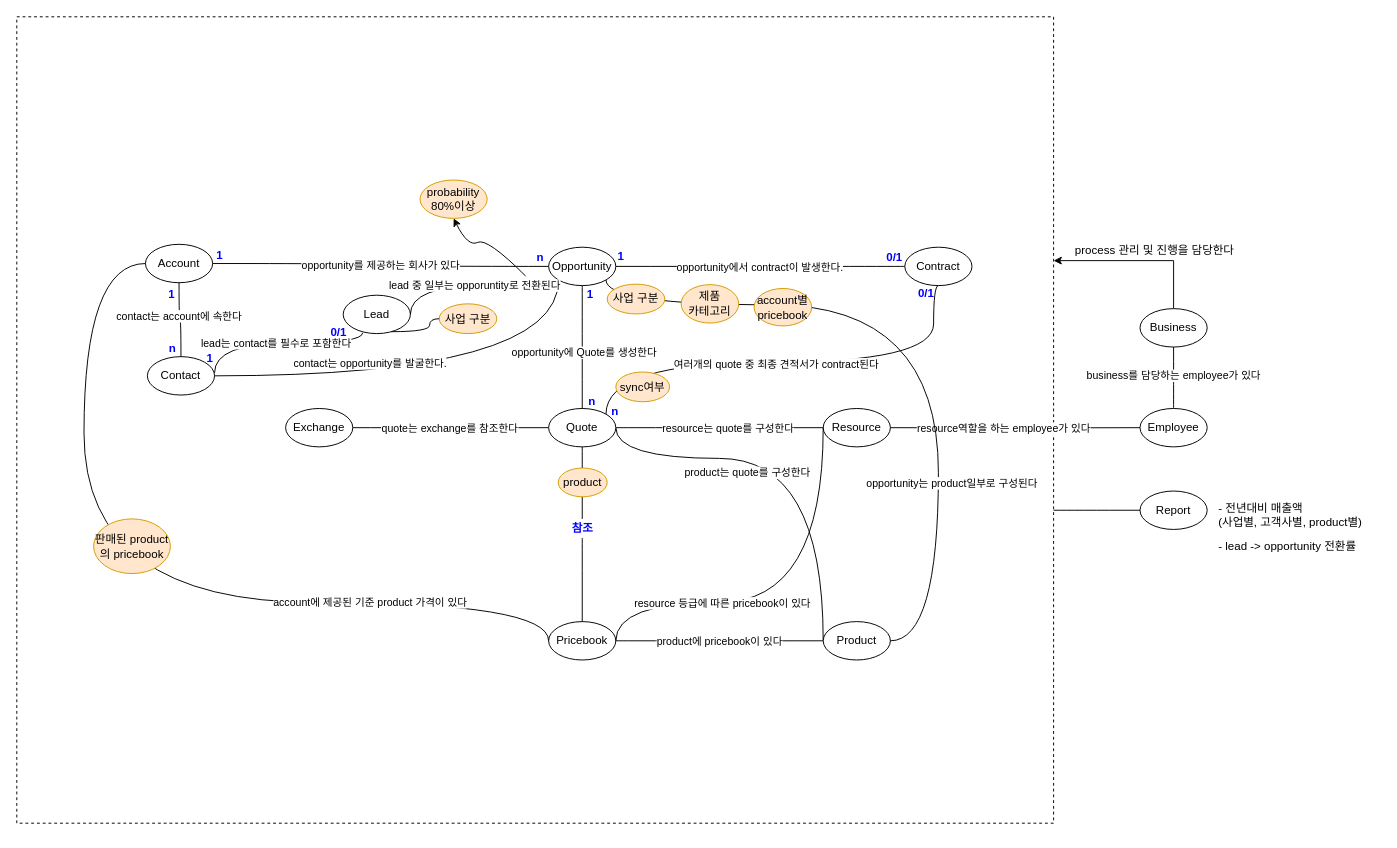
cknet-saleforce/newyork keeps this draw.io diagram as page "개념설계_수정" (2 of 3) of newyork프로젝트_개념설계.drawio. Above is the earlier version. Source tidied: cells renumbered, new cells numbered last; positions are measured from the earlier drawing's top-left corner, leaving out a move shared by most shapes. Both pictures are drawn from the tidied source at 96%, with x=0, y=0 at pixel (16, 16).
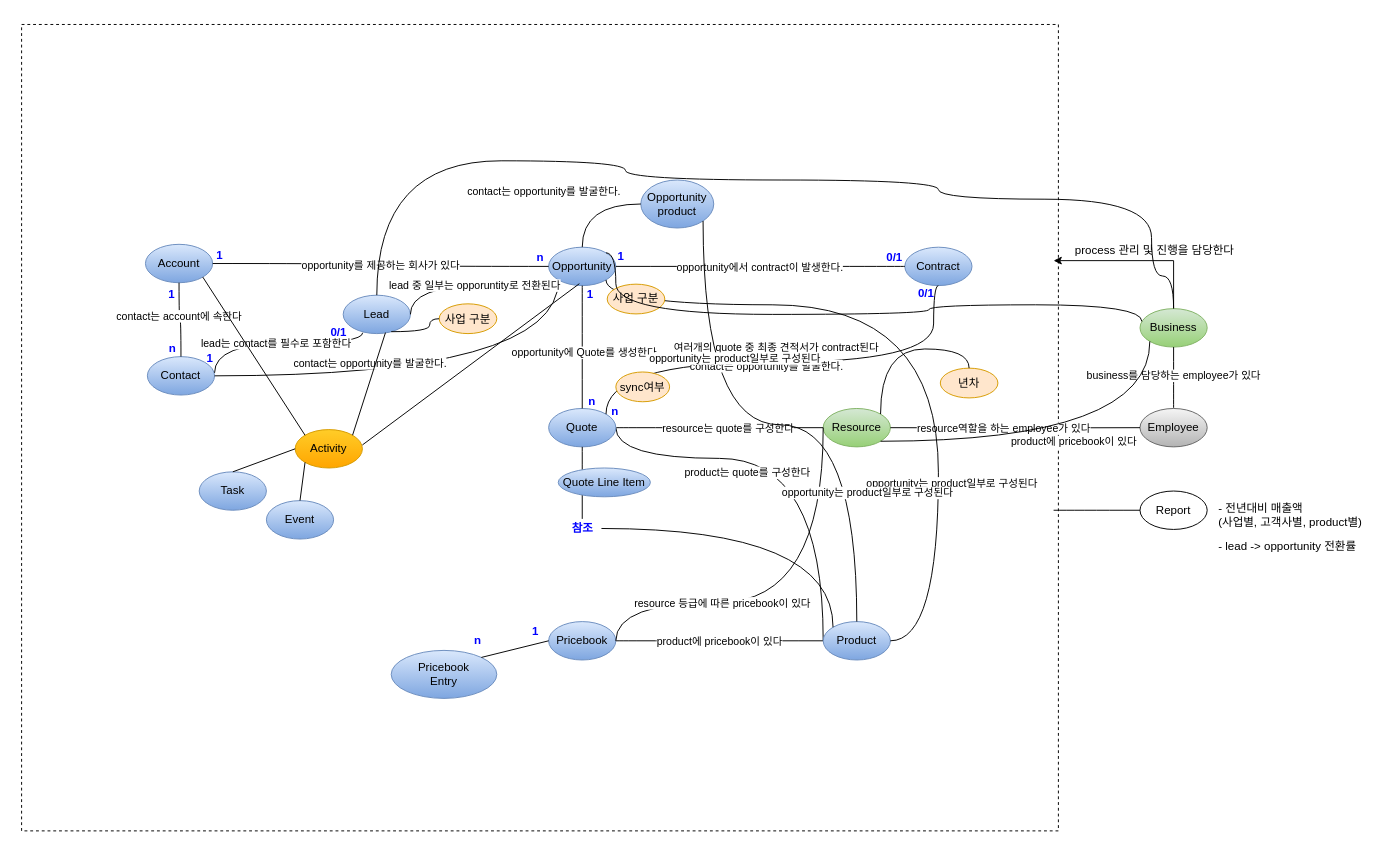
The same page after the edit.

Commit message (it also covers changes not shown here):
세부 Object 식별(Pricebook Entry등)

The change refers to these unchanged cells:
```xml
<mxCell id="37" style="edgeStyle=orthogonalEdgeStyle;jettySize=auto;html=1;strokeColor=default;curved=1;endArrow=none;endFill=0;exitX=1;exitY=0;exitDx=0;exitDy=0;entryX=0.5;entryY=1;entryDx=0;entryDy=0;" parent="1" edge="1" source="32" target="6">
  <mxGeometry relative="1" as="geometry">
    <Array as="points">
      <mxPoint x="614" y="360" />
      <mxPoint x="955" y="360" />
    </Array>
  </mxGeometry>
</mxCell>
<mxCell id="54" value="1" style="text;html=1;align=center;verticalAlign=middle;points=[];strokeColor=none;fillColor=none;fontStyle=1;fontColor=#0000FF;" parent="1" vertex="1">
  <mxGeometry x="587" y="279" width="20" height="20" as="geometry" />
</mxCell>
<mxCell id="56" value="참조" style="text;html=1;align=center;verticalAlign=middle;points=[];strokeColor=none;fillColor=none;fontStyle=1;fontColor=#0000FF;" parent="1" vertex="1">
  <mxGeometry x="569" y="523" width="40" height="20" as="geometry" />
</mxCell>
```

Diff of the diagram source:
```diff
@@
     <mxCell id="2" style="rounded=0;whiteSpace=wrap;html=1;fillColor=none;dashed=1;strokeWidth=1;" parent="1" vertex="1">
-      <mxGeometry width="1080" height="840" as="geometry" />
+      <mxGeometry x="5" y="8" width="1080" height="840" as="geometry" />
     </mxCell>
-    <mxCell id="3" value="Account" style="ellipse;whiteSpace=wrap;html=1;" parent="1" vertex="1">
+    <mxCell id="3" value="Account" style="ellipse;whiteSpace=wrap;html=1;fillColor=#dae8fc;gradientColor=#7ea6e0;strokeColor=#6c8ebf;" parent="1" vertex="1">
       <mxGeometry x="134" y="237" width="70" height="40" as="geometry" />
     </mxCell>
-    <mxCell id="4" value="Contact" style="ellipse;whiteSpace=wrap;html=1;" parent="1" vertex="1">
+    <mxCell id="4" value="Contact" style="ellipse;whiteSpace=wrap;html=1;fillColor=#dae8fc;gradientColor=#7ea6e0;strokeColor=#6c8ebf;" parent="1" vertex="1">
       <mxGeometry x="136" y="354" width="70" height="40" as="geometry" />
     </mxCell>
-    <mxCell id="5" value="Opportunity" style="ellipse;whiteSpace=wrap;html=1;" parent="1" vertex="1">
+    <mxCell id="5" value="Opportunity" style="ellipse;whiteSpace=wrap;html=1;fillColor=#dae8fc;gradientColor=#7ea6e0;strokeColor=#6c8ebf;" parent="1" vertex="1">
       <mxGeometry x="554" y="240" width="70" height="40" as="geometry" />
     </mxCell>
-    <mxCell id="6" value="Contract" style="ellipse;whiteSpace=wrap;html=1;" parent="1" vertex="1">
+    <mxCell id="6" value="Contract" style="ellipse;whiteSpace=wrap;html=1;fillColor=#dae8fc;gradientColor=#7ea6e0;strokeColor=#6c8ebf;" parent="1" vertex="1">
       <mxGeometry x="925" y="240" width="70" height="40" as="geometry" />
     </mxCell>
-    <mxCell id="7" value="Resource" style="ellipse;whiteSpace=wrap;html=1;" parent="1" vertex="1">
+    <mxCell id="7" value="Resource" style="ellipse;whiteSpace=wrap;html=1;fillColor=#d5e8d4;strokeColor=#82b366;gradientColor=#97d077;" parent="1" vertex="1">
       <mxGeometry x="840" y="408" width="70" height="40" as="geometry" />
     </mxCell>
-    <mxCell id="8" value="Pricebook" style="ellipse;whiteSpace=wrap;html=1;" parent="1" vertex="1">
+    <mxCell id="8" value="Pricebook" style="ellipse;whiteSpace=wrap;html=1;fillColor=#dae8fc;gradientColor=#7ea6e0;strokeColor=#6c8ebf;" parent="1" vertex="1">
       <mxGeometry x="554" y="630" width="70" height="40" as="geometry" />
     </mxCell>
-    <mxCell id="9" value="Exchange" style="ellipse;whiteSpace=wrap;html=1;" parent="1" vertex="1">
-      <mxGeometry x="280" y="408" width="70" height="40" as="geometry" />
-    </mxCell>
@@
-    <mxCell id="11" value="Business" style="ellipse;whiteSpace=wrap;html=1;" parent="1" vertex="1">
+    <mxCell id="11" value="Business" style="ellipse;whiteSpace=wrap;html=1;fillColor=#d5e8d4;strokeColor=#82b366;gradientColor=#97d077;" parent="1" vertex="1">
       <mxGeometry x="1170" y="304" width="70" height="40" as="geometry" />
     </mxCell>
@@
-    <mxCell id="13" value="Employee" style="ellipse;whiteSpace=wrap;html=1;" parent="1" vertex="1">
+    <mxCell id="13" value="Employee" style="ellipse;whiteSpace=wrap;html=1;fillColor=#f5f5f5;strokeColor=#666666;gradientColor=#b3b3b3;" parent="1" vertex="1">
       <mxGeometry x="1170" y="408" width="70" height="40" as="geometry" />
     </mxCell>
@@
-    <mxCell id="18" style="edgeStyle=orthogonalEdgeStyle;jettySize=auto;html=1;strokeColor=default;curved=1;endArrow=none;endFill=0;exitX=1;exitY=0.5;exitDx=0;exitDy=0;" parent="1" edge="1" source="9" target="32">
-      <mxGeometry relative="1" as="geometry">
-        <Array as="points">
-          <mxPoint x="420" y="428" />
-          <mxPoint x="420" y="428" />
-        </Array>
-      </mxGeometry>
-    </mxCell>
-    <mxCell id="19" value="quote는 exchange를 참조한다" style="edgeLabel;html=1;align=center;verticalAlign=middle;" parent="18" vertex="1">
-      <mxGeometry x="0.04" y="4" relative="1" as="geometry">
-        <mxPoint x="-6" y="4" as="offset" />
-      </mxGeometry>
-    </mxCell>
@@
-    <mxCell id="26" value="account에 제공된 기준 product 가격이 있다" style="edgeStyle=orthogonalEdgeStyle;jettySize=auto;html=1;entryX=0;entryY=0.5;entryDx=0;entryDy=0;strokeColor=default;curved=1;endArrow=none;endFill=0;exitX=0;exitY=0.5;exitDx=0;exitDy=0;" parent="1" edge="1" source="8" target="3">
-      <mxGeometry x="-0.52" relative="1" as="geometry">
-        <Array as="points">
-          <mxPoint x="554" y="610" />
-          <mxPoint x="70" y="610" />
-          <mxPoint x="70" y="257" />
-        </Array>
-      </mxGeometry>
-    </mxCell>
@@
-    <mxCell id="32" value="Quote" style="ellipse;whiteSpace=wrap;html=1;" parent="1" vertex="1">
+    <mxCell id="32" value="Quote" style="ellipse;whiteSpace=wrap;html=1;fillColor=#dae8fc;gradientColor=#7ea6e0;strokeColor=#6c8ebf;" parent="1" vertex="1">
       <mxGeometry x="554" y="408" width="70" height="40" as="geometry" />
     </mxCell>
-    <mxCell id="33" value="Product" style="ellipse;whiteSpace=wrap;html=1;" parent="1" vertex="1">
+    <mxCell id="33" value="Product" style="ellipse;whiteSpace=wrap;html=1;fillColor=#dae8fc;gradientColor=#7ea6e0;strokeColor=#6c8ebf;" parent="1" vertex="1">
       <mxGeometry x="840" y="630" width="70" height="40" as="geometry" />
     </mxCell>
@@
     <mxCell id="38" value="여러개의 quote 중 최종 견적서가 contract된다" style="edgeLabel;html=1;align=center;verticalAlign=middle;" parent="37" vertex="1">
       <mxGeometry x="-0.17" y="4" relative="1" as="geometry">
-        <mxPoint x="32" y="5" as="offset" />
+        <mxPoint x="32" y="-12" as="offset" />
       </mxGeometry>
     </mxCell>
-    <mxCell id="39" value="Lead" style="ellipse;whiteSpace=wrap;html=1;" parent="1" vertex="1">
+    <mxCell id="39" value="Lead" style="ellipse;whiteSpace=wrap;html=1;fillColor=#dae8fc;gradientColor=#7ea6e0;strokeColor=#6c8ebf;" parent="1" vertex="1">
       <mxGeometry x="340" y="290" width="70" height="40" as="geometry" />
     </mxCell>
@@
-    <mxCell id="50" value="account별pricebook" style="ellipse;whiteSpace=wrap;html=1;fillColor=#ffe6cc;strokeColor=#d79b00;" parent="1" vertex="1">
-      <mxGeometry x="768" y="283" width="60" height="39" as="geometry" />
-    </mxCell>
@@
-    <mxCell id="55" style="edgeStyle=orthogonalEdgeStyle;jettySize=auto;html=1;strokeColor=default;curved=1;endArrow=none;endFill=0;startArrow=none;" parent="1" edge="1" source="56" target="8">
+    <mxCell id="55" style="edgeStyle=orthogonalEdgeStyle;jettySize=auto;html=1;strokeColor=default;curved=1;endArrow=none;endFill=0;startArrow=none;entryX=0;entryY=0;entryDx=0;entryDy=0;" parent="1" edge="1" source="56" target="33">
       <mxGeometry relative="1" as="geometry" />
     </mxCell>
@@
-    <mxCell id="64" value="판매된 product의 pricebook" style="ellipse;whiteSpace=wrap;html=1;fillColor=#ffe6cc;strokeColor=#d79b00;" parent="1" vertex="1">
-      <mxGeometry x="80" y="523" width="80" height="57" as="geometry" />
-    </mxCell>
@@
-    <mxCell id="67" value="product" style="ellipse;whiteSpace=wrap;html=1;fillColor=#ffe6cc;strokeColor=#d79b00;" parent="1" vertex="1">
-      <mxGeometry x="564" y="470" width="51" height="30" as="geometry" />
+    <mxCell id="67" value="Quote Line Item" style="ellipse;whiteSpace=wrap;html=1;fillColor=#dae8fc;strokeColor=#6c8ebf;gradientColor=#7ea6e0;" parent="1" vertex="1">
+      <mxGeometry x="564" y="470" width="96" height="30" as="geometry" />
     </mxCell>
-    <mxCell id="68" value="probability&lt;br&gt;80%이상" style="ellipse;whiteSpace=wrap;html=1;fillColor=#ffe6cc;strokeColor=#d79b00;" parent="1" vertex="1">
-      <mxGeometry x="420" y="170" width="70" height="40" as="geometry" />
-    </mxCell>
-    <mxCell id="69" style="curved=1;endArrow=classic;html=1;rounded=0;fontColor=#0000FF;strokeColor=#000000;entryX=0.5;entryY=1;entryDx=0;entryDy=0;" parent="1" edge="1" target="68">
-      <mxGeometry relative="1" as="geometry">
-        <mxPoint x="530" y="270" as="sourcePoint" />
-        <Array as="points">
-          <mxPoint x="490" y="230" />
-          <mxPoint x="470" y="240" />
-        </Array>
-      </mxGeometry>
-    </mxCell>
-    <mxCell id="70" value="제품&lt;br&gt;카테고리" style="ellipse;whiteSpace=wrap;html=1;fillColor=#ffe6cc;strokeColor=#d79b00;" parent="1" vertex="1">
-      <mxGeometry x="692" y="279" width="60" height="40" as="geometry" />
-    </mxCell>
@@
+    <mxCell id="75" value="Opportunity product" style="ellipse;whiteSpace=wrap;html=1;fillColor=#dae8fc;strokeColor=#6c8ebf;gradientColor=#7ea6e0;" parent="1" vertex="1">
+      <mxGeometry x="650" y="170" width="76" height="50" as="geometry" />
+    </mxCell>
+    <mxCell id="76" style="edgeStyle=orthogonalEdgeStyle;jettySize=auto;html=1;strokeColor=default;curved=1;endArrow=none;endFill=0;entryX=0;entryY=0.5;entryDx=0;entryDy=0;exitX=0.5;exitY=0;exitDx=0;exitDy=0;" parent="1" edge="1" source="5" target="75">
+      <mxGeometry relative="1" as="geometry" />
+    </mxCell>
+    <mxCell id="77" value="contact는 opportunity를 발굴한다." style="edgeLabel;html=1;align=center;verticalAlign=middle;" parent="76" vertex="1">
+      <mxGeometry x="-0.11" y="-24" relative="1" as="geometry">
+        <mxPoint x="-43" y="-38" as="offset" />
+      </mxGeometry>
+    </mxCell>
+    <mxCell id="78" style="edgeStyle=orthogonalEdgeStyle;jettySize=auto;html=1;strokeColor=default;curved=1;endArrow=none;endFill=0;entryX=1;entryY=1;entryDx=0;entryDy=0;exitX=0.5;exitY=0;exitDx=0;exitDy=0;" parent="1" edge="1" source="33" target="75">
+      <mxGeometry relative="1" as="geometry" />
+    </mxCell>
+    <mxCell id="79" value="contact는 opportunity를 발굴한다." style="edgeLabel;html=1;align=center;verticalAlign=middle;" parent="78" vertex="1">
+      <mxGeometry x="-0.11" y="-24" relative="1" as="geometry">
+        <mxPoint x="-43" y="-38" as="offset" />
+      </mxGeometry>
+    </mxCell>
+    <mxCell id="80" value="년차" style="ellipse;whiteSpace=wrap;html=1;fillColor=#ffe6cc;strokeColor=#d79b00;" parent="1" vertex="1">
+      <mxGeometry x="962" y="366" width="60" height="31" as="geometry" />
+    </mxCell>
+    <mxCell id="81" style="edgeStyle=orthogonalEdgeStyle;jettySize=auto;html=1;strokeColor=default;curved=1;endArrow=none;endFill=0;entryX=1;entryY=0;entryDx=0;entryDy=0;exitX=0.5;exitY=0;exitDx=0;exitDy=0;" parent="1" edge="1" source="80" target="7">
+      <mxGeometry relative="1" as="geometry" />
+    </mxCell>
+    <mxCell id="82" style="edgeStyle=orthogonalEdgeStyle;jettySize=auto;html=1;strokeColor=default;curved=1;endArrow=none;endFill=0;exitX=1;exitY=0;exitDx=0;exitDy=0;" parent="1" edge="1" source="5" target="11">
+      <mxGeometry relative="1" as="geometry">
+        <Array as="points">
+          <mxPoint x="624" y="246" />
+          <mxPoint x="624" y="310" />
+          <mxPoint x="950" y="310" />
+          <mxPoint x="950" y="300" />
+          <mxPoint x="1172" y="300" />
+        </Array>
+      </mxGeometry>
+    </mxCell>
+    <mxCell id="83" value="opportunity는 product일부로 구성된다" style="edgeLabel;html=1;align=center;verticalAlign=middle;" parent="82" vertex="1">
+      <mxGeometry x="-0.17" y="4" relative="1" as="geometry">
+        <mxPoint x="66" y="189" as="offset" />
+      </mxGeometry>
+    </mxCell>
+    <mxCell id="84" style="edgeStyle=orthogonalEdgeStyle;jettySize=auto;html=1;strokeColor=default;curved=1;endArrow=none;endFill=0;entryX=0.5;entryY=0;entryDx=0;entryDy=0;" parent="1" edge="1" source="39" target="11">
+      <mxGeometry relative="1" as="geometry">
+        <Array as="points">
+          <mxPoint x="375" y="150" />
+          <mxPoint x="634" y="150" />
+          <mxPoint x="634" y="170" />
+          <mxPoint x="960" y="170" />
+          <mxPoint x="960" y="190" />
+          <mxPoint x="1182" y="190" />
+          <mxPoint x="1182" y="270" />
+          <mxPoint x="1205" y="270" />
+        </Array>
+      </mxGeometry>
+    </mxCell>
+    <mxCell id="85" value="opportunity는 product일부로 구성된다" style="edgeLabel;html=1;align=center;verticalAlign=middle;" parent="84" vertex="1">
+      <mxGeometry x="-0.17" y="4" relative="1" as="geometry">
+        <mxPoint x="66" y="189" as="offset" />
+      </mxGeometry>
+    </mxCell>
+    <mxCell id="86" style="edgeStyle=orthogonalEdgeStyle;jettySize=auto;html=1;entryX=0;entryY=1;entryDx=0;entryDy=0;strokeColor=default;curved=1;endArrow=none;endFill=0;exitX=1;exitY=1;exitDx=0;exitDy=0;" parent="1" edge="1" source="7" target="11">
+      <mxGeometry relative="1" as="geometry" />
+    </mxCell>
+    <mxCell id="87" value="product에 pricebook이 있다" style="edgeLabel;html=1;align=center;verticalAlign=middle;" parent="86" vertex="1">
+      <mxGeometry x="0.12" y="6" relative="1" as="geometry">
+        <mxPoint x="-14" y="6" as="offset" />
+      </mxGeometry>
+    </mxCell>
+    <mxCell id="88" value="Pricebook&lt;br&gt;Entry" style="ellipse;whiteSpace=wrap;html=1;fillColor=#dae8fc;gradientColor=#7ea6e0;strokeColor=#6c8ebf;" parent="1" vertex="1">
+      <mxGeometry x="390" y="660" width="110" height="50" as="geometry" />
+    </mxCell>
+    <mxCell id="89" style="endArrow=none;html=1;rounded=0;exitX=1;exitY=0;exitDx=0;exitDy=0;entryX=0;entryY=0.5;entryDx=0;entryDy=0;" parent="1" edge="1" source="88" target="8">
+      <mxGeometry relative="1" as="geometry" />
+    </mxCell>
+    <mxCell id="90" value="n" style="text;html=1;align=center;verticalAlign=middle;strokeColor=none;fillColor=none;fontStyle=1;fontColor=#0000FF;" parent="1" vertex="1">
+      <mxGeometry x="470" y="640" width="20" height="20" as="geometry" />
+    </mxCell>
+    <mxCell id="91" value="1" style="text;html=1;align=center;verticalAlign=middle;strokeColor=none;fillColor=none;fontStyle=1;fontColor=#0000FF;" parent="1" vertex="1">
+      <mxGeometry x="530" y="630" width="20" height="20" as="geometry" />
+    </mxCell>
+    <mxCell id="92" value="Activity" style="ellipse;whiteSpace=wrap;html=1;fillColor=#ffcd28;strokeColor=#d79b00;gradientColor=#ffa500;" parent="1" vertex="1">
+      <mxGeometry x="290" y="430" width="70" height="40" as="geometry" />
+    </mxCell>
+    <mxCell id="93" value="Task" style="ellipse;whiteSpace=wrap;html=1;fillColor=#dae8fc;gradientColor=#7ea6e0;strokeColor=#6c8ebf;" parent="1" vertex="1">
+      <mxGeometry x="190" y="474" width="70" height="40" as="geometry" />
+    </mxCell>
+    <mxCell id="94" style="endArrow=none;html=1;rounded=0;exitX=0.5;exitY=0;exitDx=0;exitDy=0;entryX=0;entryY=0.5;entryDx=0;entryDy=0;" parent="1" edge="1" source="93" target="92">
+      <mxGeometry relative="1" as="geometry" />
+    </mxCell>
+    <mxCell id="95" style="endArrow=none;html=1;rounded=0;exitX=0;exitY=0;exitDx=0;exitDy=0;entryX=1;entryY=1;entryDx=0;entryDy=0;" parent="1" edge="1" source="92" target="3">
+      <mxGeometry relative="1" as="geometry" />
+    </mxCell>
+    <mxCell id="96" style="endArrow=none;html=1;rounded=0;exitX=1;exitY=0;exitDx=0;exitDy=0;entryX=0.629;entryY=0.975;entryDx=0;entryDy=0;entryPerimeter=0;" parent="1" edge="1" source="92" target="39">
+      <mxGeometry relative="1" as="geometry" />
+    </mxCell>
+    <mxCell id="97" style="endArrow=none;html=1;rounded=0;entryX=-0.05;entryY=-0.05;entryDx=0;entryDy=0;entryPerimeter=0;" parent="1" edge="1" target="54">
+      <mxGeometry relative="1" as="geometry">
+        <mxPoint x="360" y="446" as="sourcePoint" />
+      </mxGeometry>
+    </mxCell>
+    <mxCell id="98" value="Event" style="ellipse;whiteSpace=wrap;html=1;fillColor=#dae8fc;gradientColor=#7ea6e0;strokeColor=#6c8ebf;" parent="1" vertex="1">
+      <mxGeometry x="260" y="504" width="70" height="40" as="geometry" />
+    </mxCell>
+    <mxCell id="99" style="endArrow=none;html=1;rounded=0;exitX=0.5;exitY=0;exitDx=0;exitDy=0;entryX=0;entryY=1;entryDx=0;entryDy=0;" parent="1" edge="1" source="98" target="92">
+      <mxGeometry relative="1" as="geometry" />
+    </mxCell>
```
